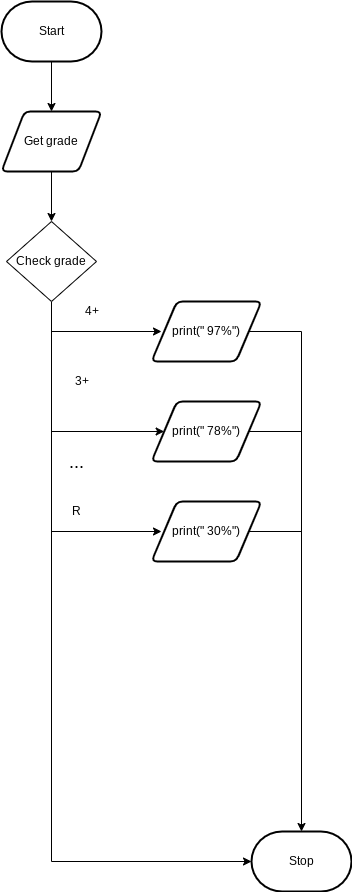
The draw.io diagram flowchart.png in Huzaifa-Khalid-2/ICS3U-Unit5-03-Python, before a commit. Source tidied: cells renumbered, new cells last; positions are measured from the earlier drawing's top-left corner, leaving out a move shared by most shapes.
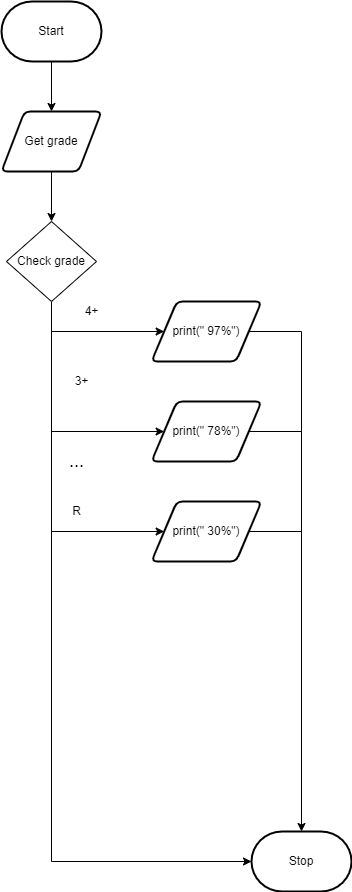
Above is the later version.

The edit, as a diff of the source:
```diff
@@ -31,10 +31,9 @@
     <mxCell id="8" value="Check grade" style="rhombus;whiteSpace=wrap;html=1;" parent="1" vertex="1">
       <mxGeometry x="5" y="220" width="90" height="80" as="geometry" />
     </mxCell>
-    <mxCell id="9" style="endArrow=classic;html=1;rounded=0;" parent="1" edge="1">
+    <mxCell id="9" style="endArrow=classic;html=1;rounded=0;entryX=0;entryY=0.5;entryDx=0;entryDy=0;" parent="1" edge="1" target="11">
       <mxGeometry relative="1" as="geometry">
         <mxPoint x="50" y="330" as="sourcePoint" />
-        <mxPoint x="160" y="330" as="targetPoint" />
       </mxGeometry>
     </mxCell>
     <mxCell id="10" style="edgeStyle=elbowEdgeStyle;rounded=0;html=1;entryX=0.5;entryY=0;entryDx=0;entryDy=0;entryPerimeter=0;fontSize=18;" parent="1" edge="1" source="11" target="4">
@@ -64,10 +63,9 @@
     <mxCell id="16" value="&lt;font style=&quot;font-size: 18px&quot;&gt;...&lt;/font&gt;" style="text;html=1;align=center;verticalAlign=middle;strokeColor=none;fillColor=none;" parent="1" vertex="1">
       <mxGeometry x="60" y="450" width="30" height="20" as="geometry" />
     </mxCell>
-    <mxCell id="17" style="endArrow=classic;html=1;rounded=0;" parent="1" edge="1">
+    <mxCell id="17" style="endArrow=classic;html=1;rounded=0;entryX=0;entryY=0.5;entryDx=0;entryDy=0;" parent="1" edge="1" target="18">
       <mxGeometry relative="1" as="geometry">
         <mxPoint x="50" y="530" as="sourcePoint" />
-        <mxPoint x="160" y="530" as="targetPoint" />
       </mxGeometry>
     </mxCell>
     <mxCell id="18" value="print(&quot; 30%&quot;)" style="shape=parallelogram;html=1;strokeWidth=2;perimeter=parallelogramPerimeter;whiteSpace=wrap;rounded=1;arcSize=12;size=0.23;" parent="1" vertex="1">
```
